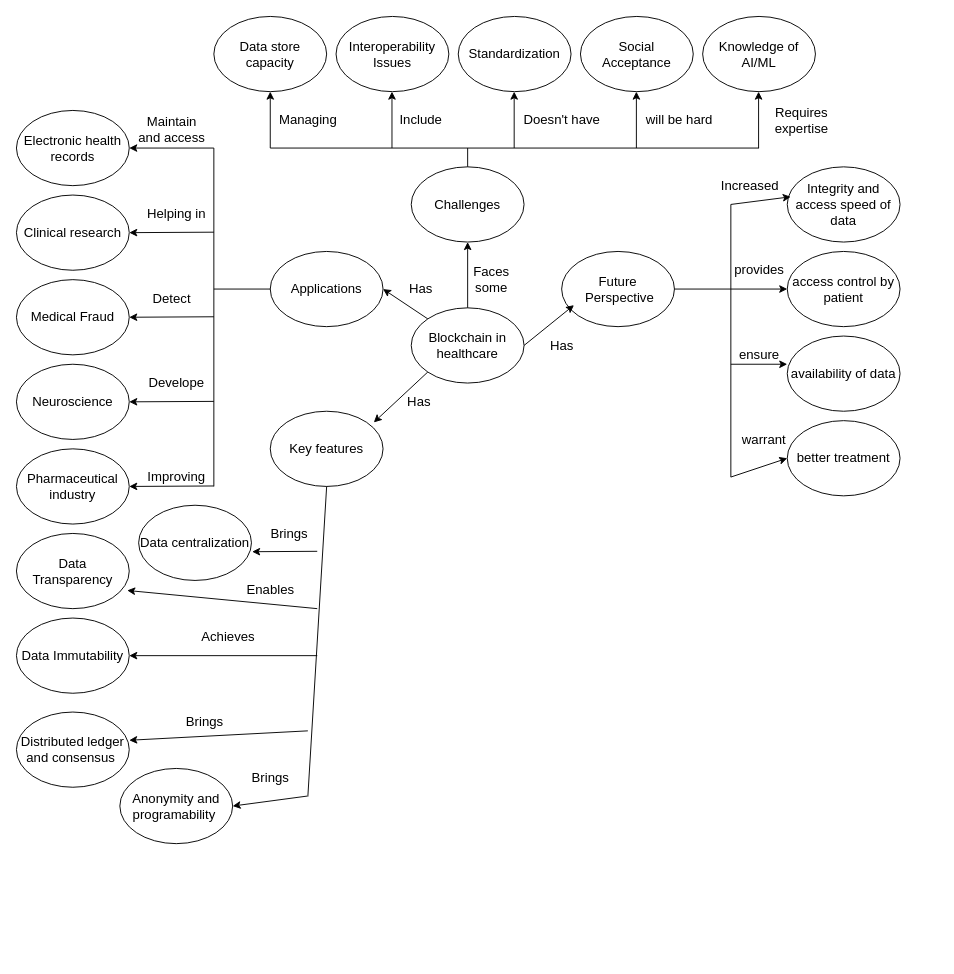
The draw.io diagram concept map.drawio in AmanAgrawal21900/Colab-Notebooks, before the edit. Source tidied: cells renumbered, new cells numbered last; positions are measured from the earlier drawing's top-left corner, leaving out a move shared by most shapes. Both pictures are drawn from the tidied source at 94%, with x=0, y=0 at pixel (16, 16).
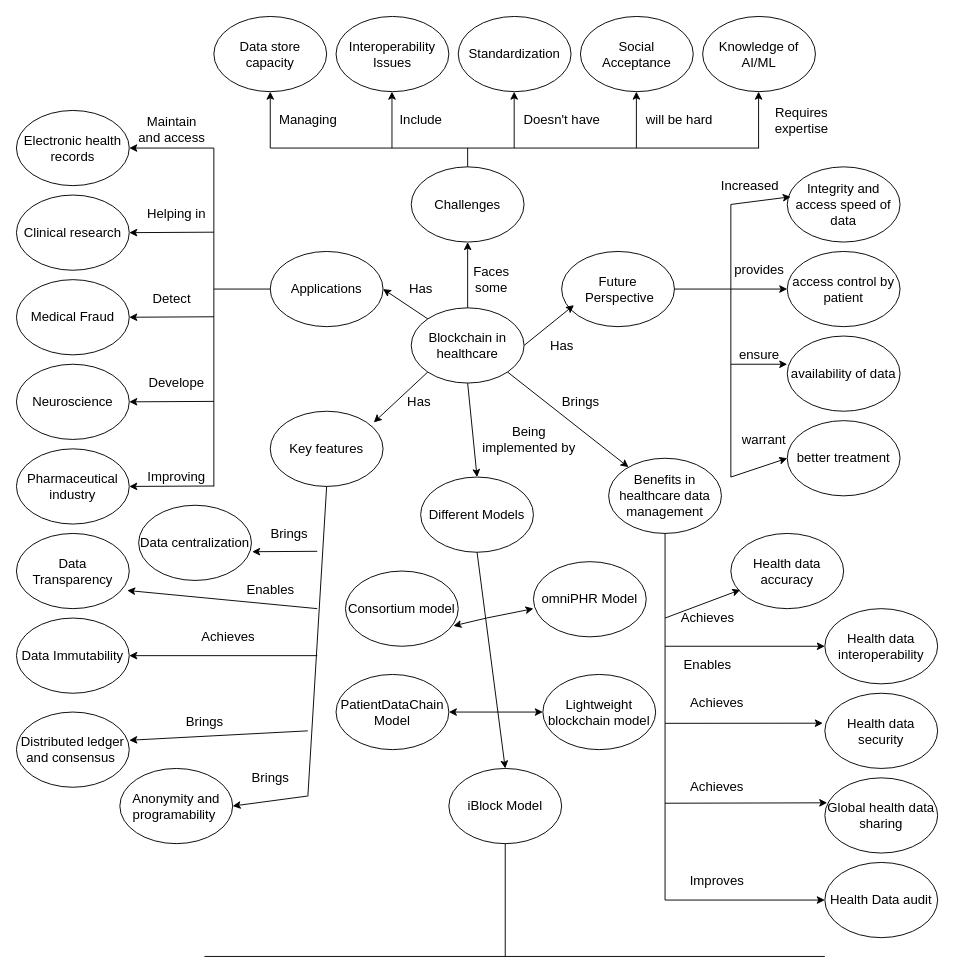
After the change.

Unchanged cells that the change refers to:
```xml
<mxCell id="2" value="Blockchain in healthcare" style="ellipse;whiteSpace=wrap;html=1;fontSize=14;" parent="1" vertex="1">
  <mxGeometry x="420" y="310" width="120" height="80" as="geometry" />
</mxCell>
```

The edit, as a diff of the source:
```diff
@@
+    <mxCell id="79" value="Benefits in healthcare data management" style="ellipse;whiteSpace=wrap;html=1;fontSize=14;" parent="1" vertex="1">
+      <mxGeometry x="630" y="470" width="120" height="80" as="geometry" />
+    </mxCell>
+    <mxCell id="80" style="endArrow=classic;html=1;rounded=0;fontSize=14;exitX=1;exitY=1;exitDx=0;exitDy=0;" parent="1" edge="1" source="2" target="79">
+      <mxGeometry relative="1" as="geometry" />
+    </mxCell>
+    <mxCell id="81" value="Health data accuracy" style="ellipse;whiteSpace=wrap;html=1;fontSize=14;" parent="1" vertex="1">
+      <mxGeometry x="760" y="550" width="120" height="80" as="geometry" />
+    </mxCell>
+    <mxCell id="82" value="Health data interoperability" style="ellipse;whiteSpace=wrap;html=1;fontSize=14;" parent="1" vertex="1">
+      <mxGeometry x="860" y="630" width="120" height="80" as="geometry" />
+    </mxCell>
+    <mxCell id="83" value="Health Data audit" style="ellipse;whiteSpace=wrap;html=1;fontSize=14;" parent="1" vertex="1">
+      <mxGeometry x="860" y="900" width="120" height="80" as="geometry" />
+    </mxCell>
+    <mxCell id="84" value="Global health data sharing" style="ellipse;whiteSpace=wrap;html=1;fontSize=14;" parent="1" vertex="1">
+      <mxGeometry x="860" y="810" width="120" height="80" as="geometry" />
+    </mxCell>
+    <mxCell id="85" value="Health data security" style="ellipse;whiteSpace=wrap;html=1;fontSize=14;" parent="1" vertex="1">
+      <mxGeometry x="860" y="720" width="120" height="80" as="geometry" />
+    </mxCell>
+    <mxCell id="86" style="endArrow=classic;html=1;rounded=0;fontSize=14;" parent="1" edge="1">
+      <mxGeometry relative="1" as="geometry">
+        <mxPoint x="690" y="640" as="sourcePoint" />
+        <mxPoint x="770" y="610" as="targetPoint" />
+      </mxGeometry>
+    </mxCell>
+    <mxCell id="87" style="endArrow=classic;html=1;rounded=0;fontSize=14;entryX=0;entryY=0.5;entryDx=0;entryDy=0;" parent="1" edge="1" target="82">
+      <mxGeometry relative="1" as="geometry">
+        <mxPoint x="690" y="670" as="sourcePoint" />
+      </mxGeometry>
+    </mxCell>
+    <mxCell id="88" style="endArrow=classic;html=1;rounded=0;fontSize=14;entryX=-0.018;entryY=0.398;entryDx=0;entryDy=0;entryPerimeter=0;" parent="1" edge="1" target="85">
+      <mxGeometry relative="1" as="geometry">
+        <mxPoint x="690" y="752" as="sourcePoint" />
+      </mxGeometry>
+    </mxCell>
+    <mxCell id="89" style="endArrow=classic;html=1;rounded=0;fontSize=14;entryX=0.021;entryY=0.332;entryDx=0;entryDy=0;entryPerimeter=0;" parent="1" edge="1" target="84">
+      <mxGeometry relative="1" as="geometry">
+        <mxPoint x="690" y="837" as="sourcePoint" />
+      </mxGeometry>
+    </mxCell>
+    <mxCell id="90" style="endArrow=classic;html=1;rounded=0;fontSize=14;entryX=0;entryY=0.5;entryDx=0;entryDy=0;" parent="1" edge="1" target="83">
+      <mxGeometry relative="1" as="geometry">
+        <mxPoint x="690" y="940" as="sourcePoint" />
+      </mxGeometry>
+    </mxCell>
+    <mxCell id="91" style="endArrow=none;html=1;rounded=0;fontSize=14;entryX=0.5;entryY=1;entryDx=0;entryDy=0;" parent="1" edge="1" target="79">
+      <mxGeometry relative="1" as="geometry">
+        <mxPoint x="690" y="940" as="sourcePoint" />
+      </mxGeometry>
+    </mxCell>
+    <mxCell id="92" value="Achieves" style="text;html=1;align=center;verticalAlign=middle;strokeColor=none;fillColor=none;fontSize=14;" parent="1" vertex="1">
+      <mxGeometry x="700" y="630" width="70" height="20" as="geometry" />
+    </mxCell>
+    <mxCell id="93" value="Achieves" style="text;html=1;align=center;verticalAlign=middle;strokeColor=none;fillColor=none;fontSize=14;" parent="1" vertex="1">
+      <mxGeometry x="710" y="720" width="70" height="20" as="geometry" />
+    </mxCell>
+    <mxCell id="94" value="Achieves" style="text;html=1;align=center;verticalAlign=middle;strokeColor=none;fillColor=none;fontSize=14;" parent="1" vertex="1">
+      <mxGeometry x="710" y="810" width="70" height="20" as="geometry" />
+    </mxCell>
+    <mxCell id="95" value="Enables" style="text;html=1;align=center;verticalAlign=middle;strokeColor=none;fillColor=none;fontSize=14;" parent="1" vertex="1">
+      <mxGeometry x="700" y="680" width="70" height="20" as="geometry" />
+    </mxCell>
+    <mxCell id="96" value="Improves" style="text;html=1;align=center;verticalAlign=middle;strokeColor=none;fillColor=none;fontSize=14;" parent="1" vertex="1">
+      <mxGeometry x="710" y="910" width="70" height="20" as="geometry" />
+    </mxCell>
+    <mxCell id="97" value="Different Models" style="ellipse;whiteSpace=wrap;html=1;fontSize=14;" parent="1" vertex="1">
+      <mxGeometry x="430" y="490" width="120" height="80" as="geometry" />
+    </mxCell>
+    <mxCell id="98" style="endArrow=classic;html=1;rounded=0;fontSize=14;exitX=0.5;exitY=1;exitDx=0;exitDy=0;entryX=0.5;entryY=0;entryDx=0;entryDy=0;" parent="1" edge="1" source="2" target="97">
+      <mxGeometry relative="1" as="geometry" />
+    </mxCell>
+    <mxCell id="99" value="Being &lt;br&gt;implemented by" style="text;html=1;align=center;verticalAlign=middle;strokeColor=none;fillColor=none;fontSize=14;" parent="1" vertex="1">
+      <mxGeometry x="490" y="430" width="110" height="40" as="geometry" />
+    </mxCell>
+    <mxCell id="100" value="Brings" style="text;html=1;align=center;verticalAlign=middle;strokeColor=none;fillColor=none;fontSize=14;" parent="1" vertex="1">
+      <mxGeometry x="570" y="400" width="60" height="20" as="geometry" />
+    </mxCell>
+    <mxCell id="101" value="Consortium model" style="ellipse;whiteSpace=wrap;html=1;fontSize=14;" parent="1" vertex="1">
+      <mxGeometry x="350" y="590" width="120" height="80" as="geometry" />
+    </mxCell>
+    <mxCell id="102" value="omniPHR Model" style="ellipse;whiteSpace=wrap;html=1;fontSize=14;" parent="1" vertex="1">
+      <mxGeometry x="550" y="580" width="120" height="80" as="geometry" />
+    </mxCell>
+    <mxCell id="103" value="PatientDataChain Model" style="ellipse;whiteSpace=wrap;html=1;fontSize=14;" parent="1" vertex="1">
+      <mxGeometry x="340" y="700" width="120" height="80" as="geometry" />
+    </mxCell>
+    <mxCell id="104" value="Lightweight blockchain model" style="ellipse;whiteSpace=wrap;html=1;fontSize=14;" parent="1" vertex="1">
+      <mxGeometry x="560" y="700" width="120" height="80" as="geometry" />
+    </mxCell>
+    <mxCell id="105" value="iBlock Model" style="ellipse;whiteSpace=wrap;html=1;fontSize=14;" parent="1" vertex="1">
+      <mxGeometry x="460" y="800" width="120" height="80" as="geometry" />
+    </mxCell>
+    <mxCell id="106" style="endArrow=classic;html=1;rounded=0;fontSize=14;exitX=0.5;exitY=1;exitDx=0;exitDy=0;entryX=0.5;entryY=0;entryDx=0;entryDy=0;" parent="1" edge="1" source="97" target="105">
+      <mxGeometry relative="1" as="geometry" />
+    </mxCell>
+    <mxCell id="107" style="endArrow=classic;html=1;rounded=0;fontSize=14;" parent="1" edge="1">
+      <mxGeometry relative="1" as="geometry">
+        <mxPoint x="500" y="640" as="sourcePoint" />
+        <mxPoint x="550" y="630" as="targetPoint" />
+      </mxGeometry>
+    </mxCell>
+    <mxCell id="108" style="endArrow=classic;html=1;rounded=0;fontSize=14;entryX=0;entryY=0.5;entryDx=0;entryDy=0;" parent="1" edge="1" target="104">
+      <mxGeometry relative="1" as="geometry">
+        <mxPoint x="510" y="740" as="sourcePoint" />
+      </mxGeometry>
+    </mxCell>
+    <mxCell id="109" style="endArrow=classic;html=1;rounded=0;fontSize=14;entryX=1;entryY=0.5;entryDx=0;entryDy=0;" parent="1" edge="1" target="103">
+      <mxGeometry relative="1" as="geometry">
+        <mxPoint x="510" y="740" as="sourcePoint" />
+      </mxGeometry>
+    </mxCell>
+    <mxCell id="110" style="endArrow=classic;html=1;rounded=0;fontSize=14;entryX=0.957;entryY=0.729;entryDx=0;entryDy=0;entryPerimeter=0;" parent="1" edge="1" target="101">
+      <mxGeometry relative="1" as="geometry">
+        <mxPoint x="500" y="640" as="sourcePoint" />
+      </mxGeometry>
+    </mxCell>
+    <mxCell id="111" style="endArrow=none;html=1;rounded=0;fontSize=14;" parent="1" edge="1">
+      <mxGeometry relative="1" as="geometry">
+        <mxPoint x="200" y="1000" as="sourcePoint" />
+        <mxPoint x="860" y="1000" as="targetPoint" />
+      </mxGeometry>
+    </mxCell>
+    <mxCell id="112" style="endArrow=none;html=1;rounded=0;fontSize=14;entryX=0.5;entryY=1;entryDx=0;entryDy=0;" parent="1" edge="1" target="105">
+      <mxGeometry relative="1" as="geometry">
+        <mxPoint x="520" y="1000" as="sourcePoint" />
+      </mxGeometry>
+    </mxCell>
```
